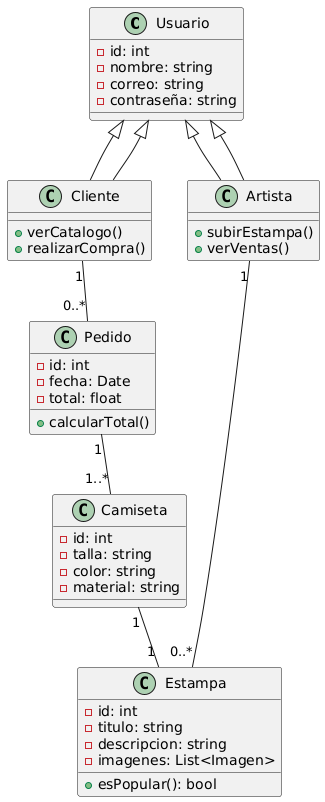
Before: Producto/Diagramas/diagrama_clases.png, a diagram exported from PlantUML (Inaryuta/Proyecto-Final-FIS). The source it was exported from:
```plantuml
@startuml
class Usuario {
    - id: int
    - nombre: string
    - correo: string
    - contraseña: string
}

class Cliente extends Usuario {
    + verCatalogo()
    + realizarCompra()
}

class Artista extends Usuario {
    + subirEstampa()
    + verVentas()
}

class Estampa {
    - id: int
    - titulo: string
    - descripcion: string
    - imagenes: List<Imagen>
    + esPopular(): bool
}

class Camiseta {
    - id: int
    - talla: string
    - color: string
    - material: string
}

class Pedido {
    - id: int
    - fecha: Date
    - total: float
    + calcularTotal()
}

Usuario <|-- Cliente
Usuario <|-- Artista
Artista "1" -- "0..*" Estampa
Cliente "1" -- "0..*" Pedido
Pedido "1" -- "1..*" Camiseta
Camiseta "1" -- "1" Estampa
@enduml
```
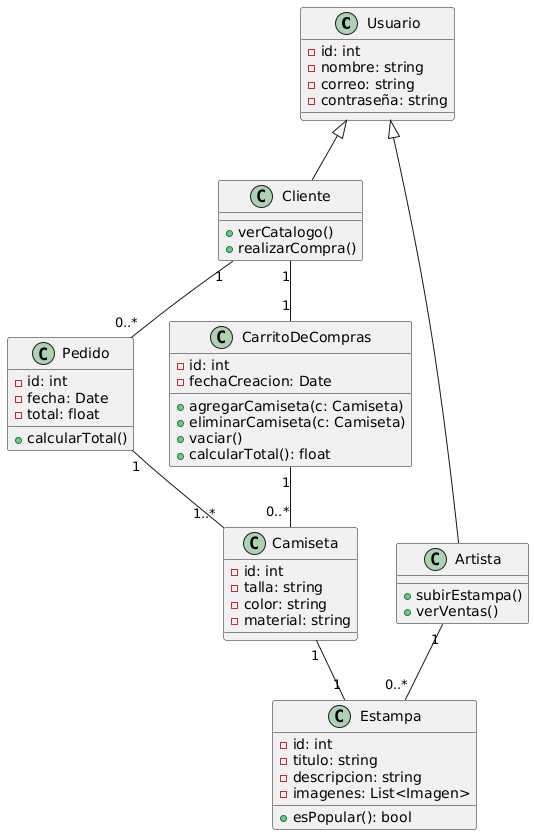
The same file after the commit.

Commit message:
added diagrama_estados

Change to the diagram source:
```diff
@@ -38,10 +38,19 @@
     + calcularTotal()
 }
 
-Usuario <|-- Cliente
-Usuario <|-- Artista
+class CarritoDeCompras {
+    - id: int
+    - fechaCreacion: Date
+    + agregarCamiseta(c: Camiseta)
+    + eliminarCamiseta(c: Camiseta)
+    + vaciar()
+    + calcularTotal(): float
+}
+
 Artista "1" -- "0..*" Estampa
 Cliente "1" -- "0..*" Pedido
+Cliente "1" -- "1" CarritoDeCompras
+CarritoDeCompras "1" -- "0..*" Camiseta
 Pedido "1" -- "1..*" Camiseta
 Camiseta "1" -- "1" Estampa
 @enduml
```
